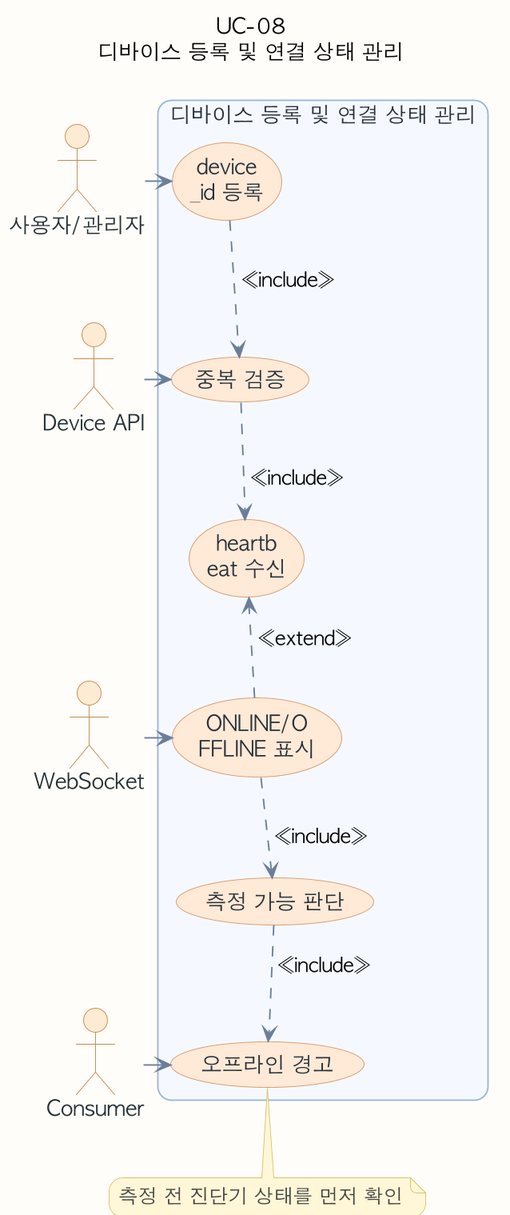
This is assets/diagrams/usecase/uc-08-usecase.png from ricky30825-creator/BMS, a PlantUML export, as it was before one commit. Its source is kept beside it as assets/diagrams/usecase/uc-08-usecase.puml.
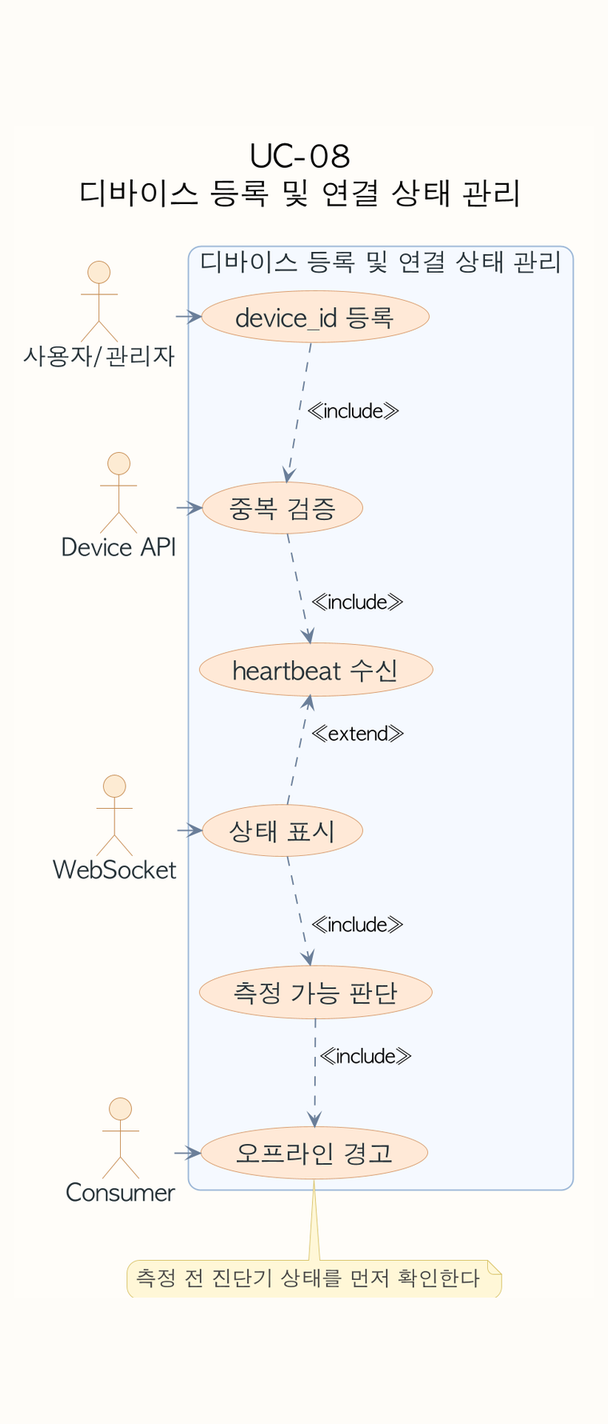
Above is the later version.

What changed in the source:
```diff
@@ -4,6 +4,12 @@
 skinparam shadowing false
 skinparam dpi 180
 skinparam defaultFontName "AppleGothic"
+skinparam defaultFontSize 18
+skinparam TitleFontSize 22
+skinparam ActorFontSize 17
+skinparam UsecaseFontSize 18
+skinparam NoteFontSize 15
+skinparam ArrowFontSize 14
 skinparam roundcorner 18
 skinparam usecase {
   BackgroundColor #F8FAFC
@@ -37,10 +43,10 @@
 actor "WebSocket" as S2
 actor "Consumer" as S3
 rectangle "디바이스 등록 및 연결 상태 관리" {
-  usecase "device\n_id 등록" as U1
+  usecase "device_id 등록" as U1
   usecase "중복 검증" as U2
-  usecase "heartb\neat 수신" as U3
-  usecase "ONLINE/O\nFFLINE 표시" as U4
+  usecase "heartbeat 수신" as U3
+  usecase "상태 표시" as U4
   usecase "측정 가능 판단" as U5
   usecase "오프라인 경고" as U6
 }
@@ -59,6 +65,6 @@
 U4 ..> U5 : <<include>>
 U5 ..> U6 : <<include>>
 note bottom of U6
-측정 전 진단기 상태를 먼저 확인
+측정 전 진단기 상태를 먼저 확인한다
 end note
 @enduml
```
